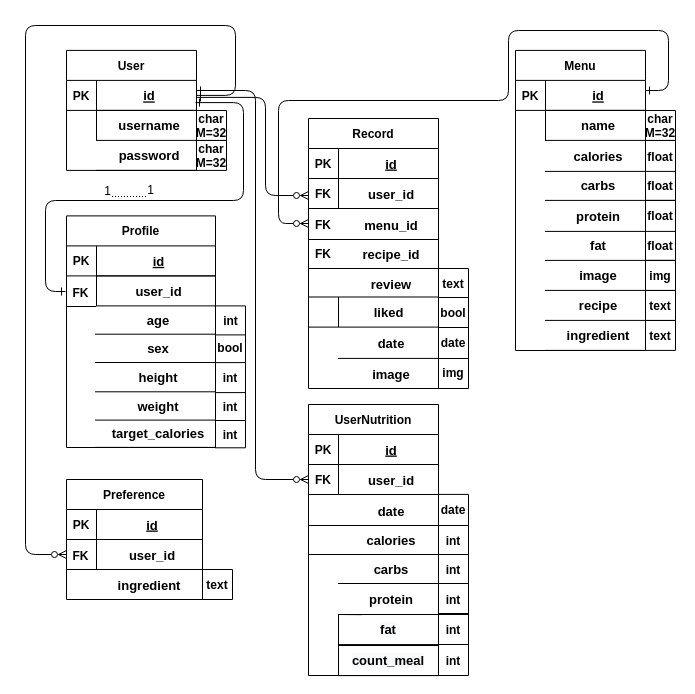
The draw.io diagram diagrams/Backend ER Diagram.drawio in swsnu/swpp2021-team5, before the edit. Source tidied: cells renumbered, new cells numbered last; positions are measured from the earlier drawing's top-left corner, leaving out a move shared by most shapes. Both pictures are drawn from the tidied source at 100%, with x=0, y=0 at pixel (25, 25).
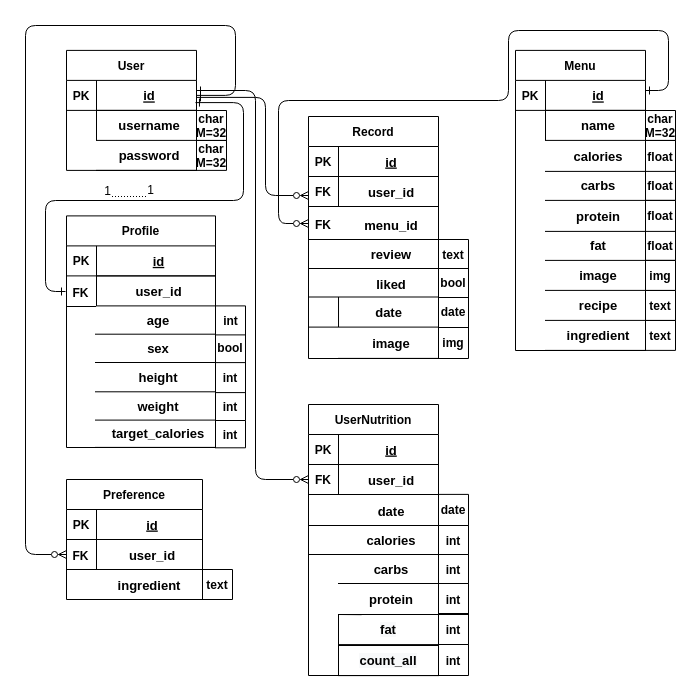
After the change.

The edit, as a diff of the source:
```diff
@@
-    <mxCell id="17" value="&lt;b&gt;&lt;font style=&quot;font-size: 14px&quot;&gt;&amp;nbsp; &amp;nbsp; &amp;nbsp; &amp;nbsp; &lt;/font&gt;&lt;font style=&quot;font-size: 13px&quot;&gt;liked&lt;/font&gt;&lt;/b&gt;" style="rounded=0;whiteSpace=wrap;html=1;fillColor=none;strokeColor=default;fontColor=default;" parent="1" vertex="1">
+    <mxCell id="17" value="&lt;b&gt;&lt;font style=&quot;font-size: 14px&quot;&gt;&amp;nbsp; &amp;nbsp; &amp;nbsp; &amp;nbsp; &lt;/font&gt;&lt;font style=&quot;font-size: 13px&quot;&gt;date&lt;/font&gt;&lt;/b&gt;" style="rounded=0;whiteSpace=wrap;html=1;fillColor=none;strokeColor=default;fontColor=default;" parent="1" vertex="1">
       <mxGeometry x="283" y="271.5" width="130" height="30.1" as="geometry" />
     </mxCell>
@@
     <mxCell id="19" value="Record" style="shape=table;startSize=30;childLayout=tableLayout;rowLines=0;fontStyle=1;align=center;fillColor=default;strokeColor=default;fontColor=default;" parent="1" vertex="1">
-      <mxGeometry x="283" y="93" width="130" height="270" as="geometry" />
+      <mxGeometry x="283" y="91" width="130" height="242" as="geometry" />
     </mxCell>
@@
     <mxCell id="28" value="FK" style="shape=partialRectangle;overflow=hidden;fillColor=none;top=0;left=0;bottom=1;right=0;fontStyle=1;" parent="1" vertex="1">
-      <mxGeometry x="283" y="153" width="30" height="30" as="geometry" />
+      <mxGeometry x="283" y="151" width="30" height="30" as="geometry" />
     </mxCell>
-    <mxCell id="29" value="FK" style="shape=partialRectangle;overflow=hidden;fillColor=none;top=0;left=0;bottom=1;right=0;fontStyle=1;" parent="1" vertex="1">
+    <mxCell id="29" style="shape=partialRectangle;overflow=hidden;fillColor=none;top=0;left=0;bottom=1;right=0;fontStyle=1;" parent="1" vertex="1">
       <mxGeometry x="283" y="213" width="30" height="30" as="geometry" />
     </mxCell>
-    <mxCell id="30" value="recipe_id" style="shape=partialRectangle;overflow=hidden;fillColor=none;top=0;left=0;bottom=1;right=0;align=center;spacingLeft=6;fontStyle=1;fontSize=13;" parent="1" vertex="1">
+    <mxCell id="30" value="review" style="shape=partialRectangle;overflow=hidden;fillColor=none;top=0;left=0;bottom=1;right=0;align=center;spacingLeft=6;fontStyle=1;fontSize=13;" parent="1" vertex="1">
       <mxGeometry x="313" y="213" width="100" height="30" as="geometry" />
     </mxCell>
     <mxCell id="31" style="shape=partialRectangle;overflow=hidden;fillColor=none;top=0;left=0;bottom=0;right=0;" parent="1" vertex="1">
-      <mxGeometry x="283" y="243" width="30" height="30" as="geometry" />
+      <mxGeometry x="284" y="243" width="30" height="30" as="geometry" />
     </mxCell>
-    <mxCell id="32" value="review" style="shape=partialRectangle;overflow=hidden;fillColor=none;top=0;left=0;bottom=0;right=0;align=center;spacingLeft=6;fontStyle=1;fontSize=13;" parent="1" vertex="1">
+    <mxCell id="32" value="liked" style="shape=partialRectangle;overflow=hidden;fillColor=none;top=0;left=0;bottom=0;right=0;align=center;spacingLeft=6;fontStyle=1;fontSize=13;" parent="1" vertex="1">
       <mxGeometry x="313" y="243" width="100" height="30" as="geometry" />
     </mxCell>
-    <mxCell id="33" value="date" style="shape=partialRectangle;overflow=hidden;fillColor=none;top=0;left=0;bottom=1;right=0;align=center;spacingLeft=6;fontStyle=1;fontSize=13;strokeColor=default;fontColor=default;" parent="1" vertex="1">
+    <mxCell id="33" value="image" style="shape=partialRectangle;overflow=hidden;fillColor=none;top=0;left=0;bottom=1;right=0;align=center;spacingLeft=6;fontStyle=1;fontSize=13;strokeColor=default;fontColor=default;" parent="1" vertex="1">
       <mxGeometry x="313" y="302.9" width="100" height="30" as="geometry" />
     </mxCell>
@@
     <mxCell id="77" value="text" style="shape=partialRectangle;overflow=hidden;fillColor=none;top=1;left=0;bottom=1;right=1;fontStyle=1;strokeColor=default;fontColor=default;" parent="1" vertex="1">
-      <mxGeometry x="413" y="243" width="30" height="29" as="geometry" />
+      <mxGeometry x="413" y="214" width="30" height="29" as="geometry" />
     </mxCell>
     <mxCell id="78" value="bool" style="shape=partialRectangle;overflow=hidden;fillColor=none;top=0;left=0;bottom=1;right=1;fontStyle=1;strokeColor=default;fontColor=default;" parent="1" vertex="1">
-      <mxGeometry x="413" y="272" width="30" height="30" as="geometry" />
+      <mxGeometry x="413" y="242" width="30" height="30" as="geometry" />
     </mxCell>
     <mxCell id="79" value="date" style="shape=partialRectangle;overflow=hidden;fillColor=none;top=0;left=0;bottom=1;right=1;fontStyle=1;strokeColor=default;fontColor=default;" parent="1" vertex="1">
-      <mxGeometry x="413" y="301" width="30" height="32" as="geometry" />
+      <mxGeometry x="413" y="270" width="30" height="32" as="geometry" />
     </mxCell>
@@
-    <mxCell id="113" value="image" style="shape=partialRectangle;overflow=hidden;fillColor=none;top=0;left=0;bottom=1;right=0;align=center;spacingLeft=6;fontStyle=1;fontSize=13;strokeColor=default;fontColor=default;" parent="1" vertex="1">
-      <mxGeometry x="313" y="333" width="100" height="30" as="geometry" />
-    </mxCell>
     <mxCell id="114" value="img" style="shape=partialRectangle;overflow=hidden;fillColor=none;top=0;left=0;bottom=1;right=1;fontStyle=1;strokeColor=default;fontColor=default;" parent="1" vertex="1">
-      <mxGeometry x="413" y="331" width="30" height="32" as="geometry" />
+      <mxGeometry x="413" y="301" width="30" height="32" as="geometry" />
     </mxCell>
@@
-    <mxCell id="123" value="&lt;span style=&quot;font-family: &amp;#34;helvetica&amp;#34; ; font-size: 13px ; font-style: normal ; font-weight: 700 ; letter-spacing: normal ; text-indent: 0px ; text-transform: none ; word-spacing: 0px ; background-color: rgb(248 , 249 , 250) ; display: inline ; float: none&quot;&gt;count_meal&lt;/span&gt;" style="rounded=0;whiteSpace=wrap;html=1;fillColor=none;strokeColor=default;fontColor=default;align=center;" parent="1" vertex="1">
+    <mxCell id="123" value="&lt;span style=&quot;font-family: &amp;#34;helvetica&amp;#34; ; font-size: 13px ; font-style: normal ; font-weight: 700 ; letter-spacing: normal ; text-indent: 0px ; text-transform: none ; word-spacing: 0px ; background-color: rgb(248 , 249 , 250) ; display: inline ; float: none&quot;&gt;count_all&lt;/span&gt;" style="rounded=0;whiteSpace=wrap;html=1;fillColor=none;strokeColor=default;fontColor=default;align=center;" parent="1" vertex="1">
       <mxGeometry x="313" y="620" width="100" height="30.1" as="geometry" />
     </mxCell>
```
